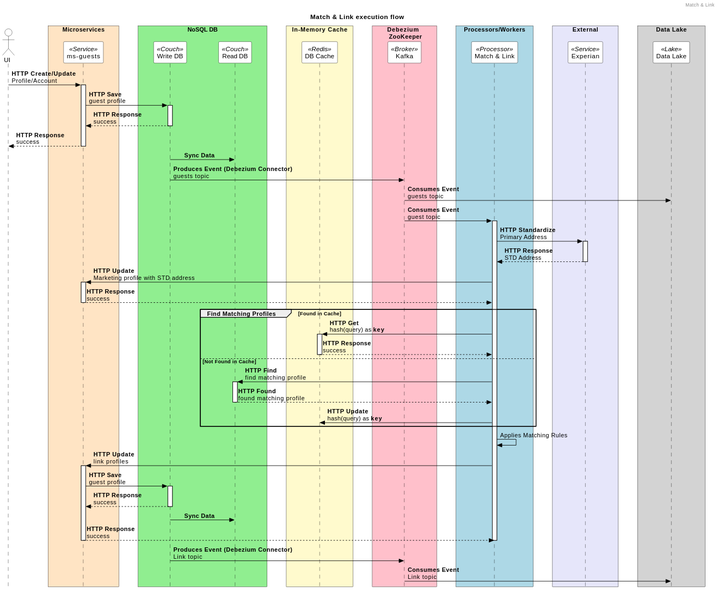
This is dist/assets/diagrams/sequence/match-link-enhancement.svg from kaaljabr/presentation, a PlantUML export, as it was before one commit.
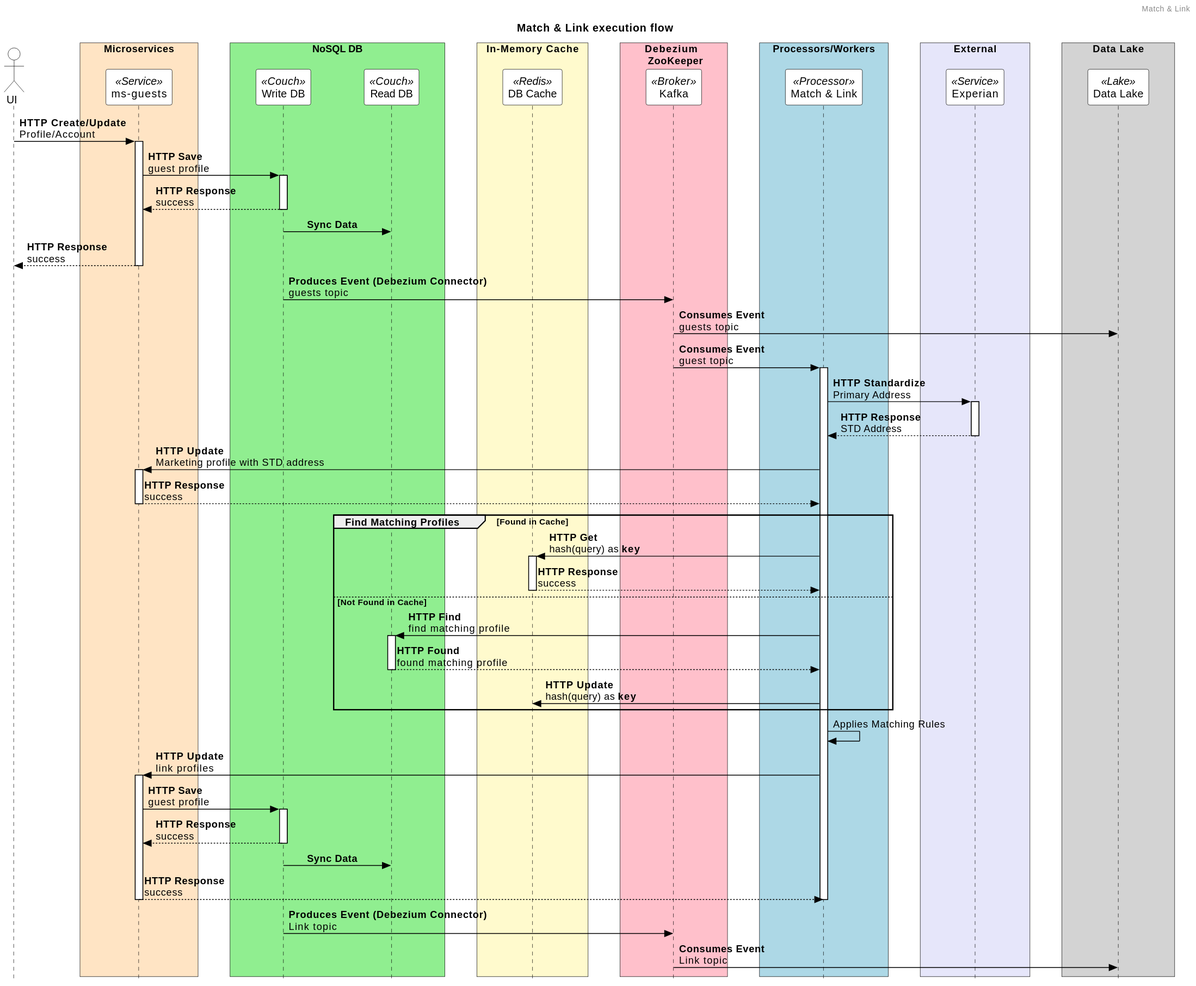
Above is the later version.

Change to the diagram source:
```diff
@@ -41,9 +41,9 @@
 activate write_db
 write_db --> ms_guests : **HTTP Response**\nsuccess
 deactivate write_db
+write_db -> read_db : **      Sync Data**
 ms_guests --> ui : **HTTP Response**\nsuccess
 deactivate ms_guests
-write_db -> read_db : **      Sync Data**
 write_db -> broker : **Produces Event (Debezium Connector)**\nguests topic
 broker -> data_lake :**Consumes Event**\nguests topic
 broker -> match_link :**Consumes Event**\nguest topic
```
